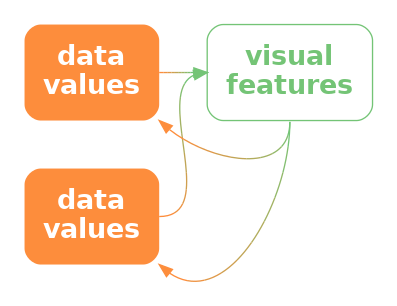
This is Diagrams/conflict-decode.png from pmur002/hdvw, a Graphviz export, as it was before one commit. Its source is kept beside it as Diagrams/conflict-decode.dot.
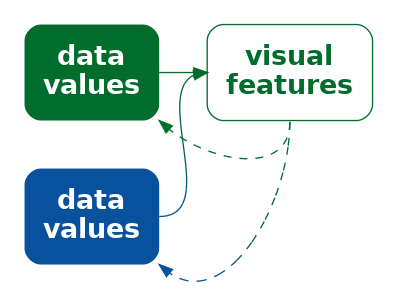
Above is the later version.

Change to the diagram source:
```diff
@@ -1,14 +1,14 @@
 digraph {
   graph [ rankdir=LR; margin=.2; nodesep=.5 ];
   node [ fontsize=20; fontname="sans bold"; margin=.2 ];
-  data [ label="data\nvalues"; shape=box; style="filled, rounded"; penwidth=0; fontcolor=white; fillcolor="#FD8D3C" ]
-  data2 [ label="data\nvalues"; shape=box; style="filled, rounded"; penwidth=0; fontcolor=white; fillcolor="#FD8D3C" ]
+  data [ label="data\nvalues"; shape=box; style="filled, rounded"; penwidth=0; fontcolor=white; fillcolor="#006D2C" ]
+  data2 [ label="data\nvalues"; shape=box; style="filled, rounded"; penwidth=0; fontcolor=white; fillcolor="#08519C" ]
   vis [ label="visual\nfeatures"; shape=box;
-     style="rounded"; color="#74C476"; fontcolor="#74C476" ]
-  data2 -> vis [ style="bold"; penwidth=1; color="#FD8D3C;0.1:#EE9342;0.1:#DF9949;0.1:#CF9F4F;0.1:#C0A556;0.1:#B1AC5C;0.1:#A2B263;0.1:#92B869;0.1:#83BE70;0.1:#74C476;0.1" ] [ style="invis" ]
-  data:e -> vis:w [ style="bold"; penwidth=1; color="#FD8D3C;0.1:#EE9342;0.1:#DF9949;0.1:#CF9F4F;0.1:#C0A556;0.1:#B1AC5C;0.1:#A2B263;0.1:#92B869;0.1:#83BE70;0.1:#74C476;0.1" ]
-  data2:e -> vis:w [ style="bold"; penwidth=1; color="#FD8D3C;0.1:#EE9342;0.1:#DF9949;0.1:#CF9F4F;0.1:#C0A556;0.1:#B1AC5C;0.1:#A2B263;0.1:#92B869;0.1:#83BE70;0.1:#74C476;0.1" ]
-  vis:s -> data:se [ style="solid", color="#74C476;0.1:#83BE70;0.1:#92B869;0.1:#A2B263;0.1:#B1AC5C;0.1:#C0A556;0.1:#CF9F4F;0.1:#DF9949;0.1:#EE9342;0.1:#FD8D3C;0.1" ]
-  vis:s -> data2:se [ style="solid", color="#74C476;0.1:#83BE70;0.1:#92B869;0.1:#A2B263;0.1:#B1AC5C;0.1:#C0A556;0.1:#CF9F4F;0.1:#DF9949;0.1:#EE9342;0.1:#FD8D3C;0.1" ]
+     style="rounded"; color="#006D2C"; fontcolor="#006D2C" ]
+  data -> vis [ style="bold"; penwidth=1; color="#006D2C" ] [ style="invis" ]
+  data:e -> vis:w [ style="bold"; penwidth=1; color="#006D2C" ]
+  data2:e -> vis:w [ style="bold"; penwidth=1; color="#08519C;0.1:#075490;0.1:#065783;0.1:#055A77;0.1:#045D6A;0.1:#04615E;0.1:#036451;0.1:#026745;0.1:#016A38;0.1:#006D2C;0.1" ]
+  vis:s -> data:se [ style="dashed", color="#006D2C" ]
+  vis:s -> data2:se [ style="dashed", color="#006D2C;0.1:#016A38;0.1:#026745;0.1:#036451;0.1:#04615E;0.1:#045D6A;0.1:#055A77;0.1:#065783;0.1:#075490;0.1:#08519C;0.1" ]
 { rank=same; data, data2 }
 }
```
